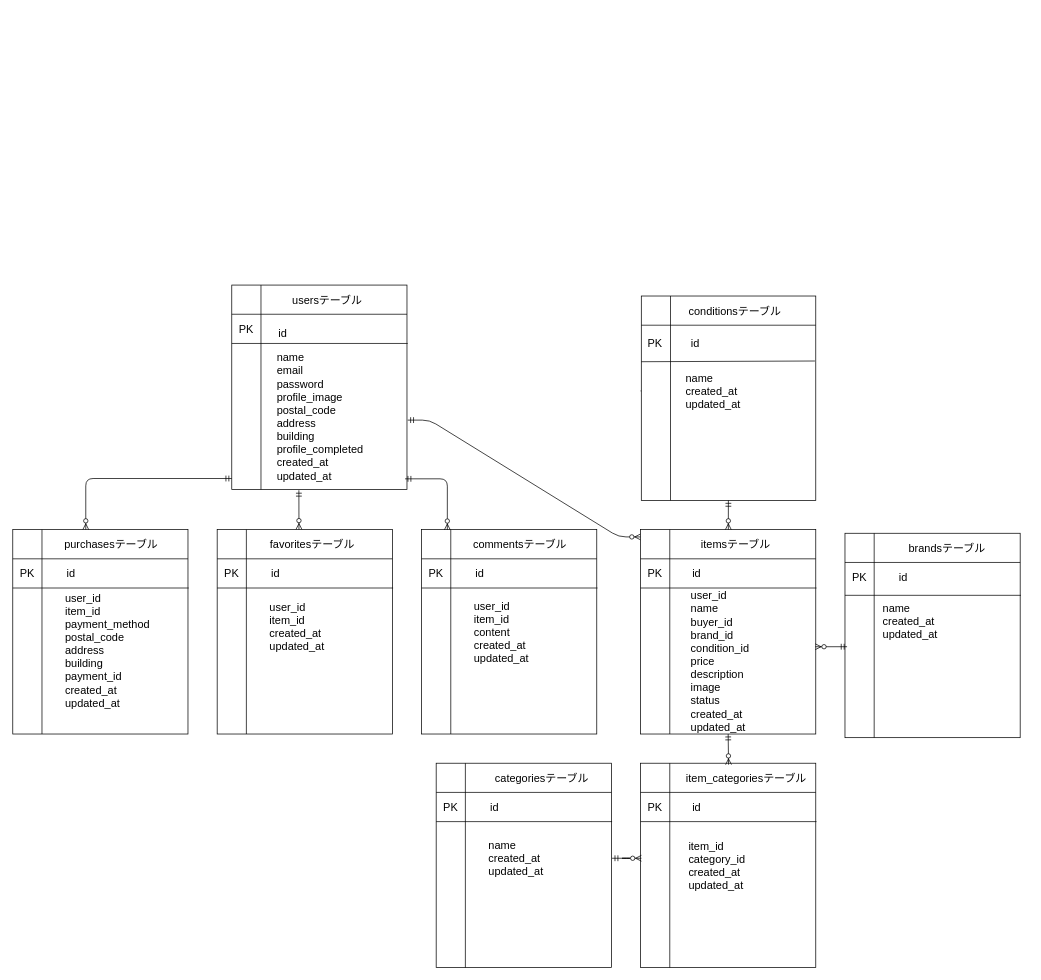
The draw.io diagram src/er-diagram/Flea-market.drawio in morikoshi2627/Flea-market, before the edit. Source tidied: cells renumbered, new cells numbered last; positions are measured from the earlier drawing's top-left corner, leaving out a move shared by most shapes. Both pictures are drawn from the tidied source at 73%, with x=0, y=0 at pixel (12, 285).
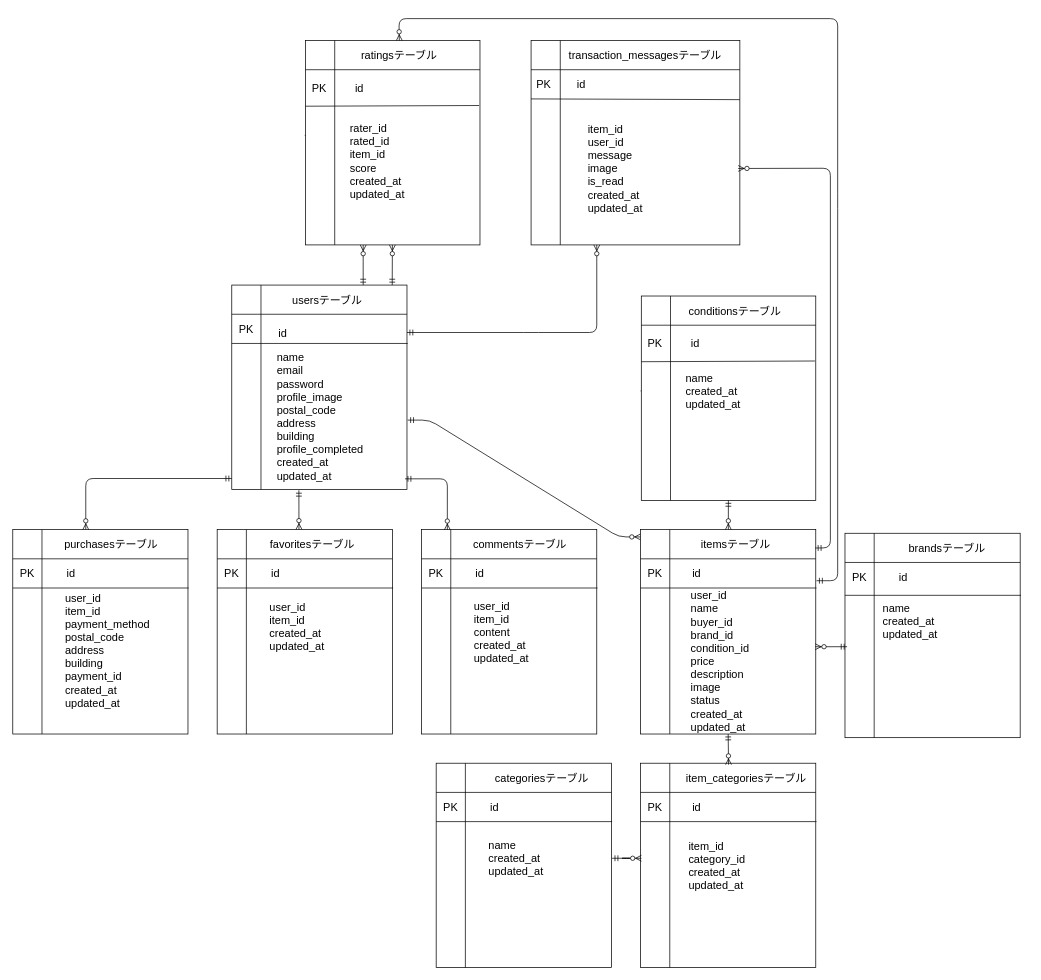
The same diagram, later.

Unchanged cells that the change refers to:
```xml
<mxCell id="66" style="shape=internalStorage;whiteSpace=wrap;html=1;backgroundOutline=1;dx=40;dy=40;" parent="65" vertex="1">
  <mxGeometry width="240" height="280" as="geometry" />
</mxCell>
```

Diff of the diagram source:
```diff
@@
+    <mxCell id="80" style="group;" parent="1" vertex="1">
+      <mxGeometry x="710" y="-325" width="286" height="280" as="geometry" />
+    </mxCell>
+    <mxCell id="81" style="group;" parent="80" vertex="1">
+      <mxGeometry y="-10" width="286" height="280" as="geometry" />
+    </mxCell>
+    <mxCell id="82" style="shape=internalStorage;whiteSpace=wrap;html=1;backgroundOutline=1;dx=40;dy=40;" parent="81" vertex="1">
+      <mxGeometry width="286" height="280" as="geometry" />
+    </mxCell>
+    <mxCell id="83" style="endArrow=none;html=1;rounded=0;exitX=-0.004;exitY=0.404;exitDx=0;exitDy=0;exitPerimeter=0;" parent="81" edge="1">
+      <mxGeometry relative="1" as="geometry">
+        <mxPoint y="80" as="sourcePoint" />
+        <mxPoint x="286" y="81" as="targetPoint" />
+      </mxGeometry>
+    </mxCell>
+    <mxCell id="84" value="&lt;font style=&quot;font-size: 15px;&quot;&gt;PK&lt;/font&gt;" style="text;html=1;align=center;verticalAlign=middle;whiteSpace=wrap;rounded=0;" parent="81" vertex="1">
+      <mxGeometry y="40" width="34.7" height="40" as="geometry" />
+    </mxCell>
+    <mxCell id="85" value="&lt;font style=&quot;font-size: 15px;&quot;&gt;id&lt;/font&gt;" style="text;html=1;align=center;verticalAlign=middle;whiteSpace=wrap;rounded=0;" parent="81" vertex="1">
+      <mxGeometry x="43.3" y="45" width="52" height="30" as="geometry" />
+    </mxCell>
+    <mxCell id="86" value="&lt;font style=&quot;font-size: 15px;&quot;&gt;transaction_messagesテーブル&lt;/font&gt;" style="text;html=1;align=center;verticalAlign=middle;whiteSpace=wrap;rounded=0;" parent="81" vertex="1">
+      <mxGeometry x="43.3" width="226.7" height="40" as="geometry" />
+    </mxCell>
+    <mxCell id="87" value="&lt;div&gt;&lt;font style=&quot;&quot;&gt;&lt;span style=&quot;font-size: 15px;&quot;&gt;item_id&lt;/span&gt;&lt;/font&gt;&lt;/div&gt;&lt;div&gt;&lt;span style=&quot;background-color: transparent;&quot;&gt;&lt;span style=&quot;font-size: 15px;&quot;&gt;user_id&lt;/span&gt;&lt;/span&gt;&lt;/div&gt;&lt;div&gt;&lt;span style=&quot;background-color: transparent;&quot;&gt;&lt;span style=&quot;font-size: 15px;&quot;&gt;message&lt;/span&gt;&lt;/span&gt;&lt;/div&gt;&lt;div&gt;&lt;span style=&quot;background-color: transparent;&quot;&gt;&lt;span style=&quot;font-size: 15px;&quot;&gt;image&lt;/span&gt;&lt;/span&gt;&lt;/div&gt;&lt;div&gt;&lt;span style=&quot;background-color: transparent;&quot;&gt;&lt;span style=&quot;font-size: 15px;&quot;&gt;is_read&lt;/span&gt;&lt;/span&gt;&lt;/div&gt;&lt;div&gt;&lt;span style=&quot;background-color: transparent; font-size: 15px;&quot;&gt;created_at&lt;/span&gt;&lt;/div&gt;&lt;div&gt;&lt;font style=&quot;font-size: 15px;&quot;&gt;updated_at&lt;/font&gt;&lt;/div&gt;" style="text;html=1;align=left;verticalAlign=middle;whiteSpace=wrap;rounded=0;" parent="81" vertex="1">
+      <mxGeometry x="76" y="90" width="99.3" height="170" as="geometry" />
+    </mxCell>
+    <mxCell id="88" style="group;" parent="1" vertex="1">
+      <mxGeometry x="400" y="-335" width="240" height="280" as="geometry" />
+    </mxCell>
+    <mxCell id="89" style="shape=internalStorage;whiteSpace=wrap;html=1;backgroundOutline=1;dx=40;dy=40;" parent="88" vertex="1">
+      <mxGeometry x="1" width="239" height="280" as="geometry" />
+    </mxCell>
+    <mxCell id="90" style="endArrow=none;html=1;rounded=0;exitX=-0.004;exitY=0.404;exitDx=0;exitDy=0;exitPerimeter=0;" parent="88" edge="1" target="89">
+      <mxGeometry relative="1" as="geometry">
+        <mxPoint y="130" as="sourcePoint" />
+      </mxGeometry>
+    </mxCell>
+    <mxCell id="91" value="&lt;font style=&quot;font-size: 15px;&quot;&gt;id&lt;/font&gt;" style="text;html=1;align=center;verticalAlign=middle;whiteSpace=wrap;rounded=0;" parent="88" vertex="1">
+      <mxGeometry x="49.8" y="50" width="49.8" height="30" as="geometry" />
+    </mxCell>
+    <mxCell id="92" value="&lt;font style=&quot;font-size: 15px;&quot;&gt;rater_id&lt;/font&gt;&lt;div&gt;&lt;span style=&quot;font-size: 15px;&quot;&gt;rated_id&lt;/span&gt;&lt;br&gt;&lt;div&gt;&lt;font style=&quot;&quot;&gt;&lt;span style=&quot;font-size: 15px;&quot;&gt;item_id&lt;/span&gt;&lt;/font&gt;&lt;/div&gt;&lt;div&gt;&lt;font style=&quot;&quot;&gt;&lt;span style=&quot;font-size: 15px;&quot;&gt;score&lt;/span&gt;&lt;/font&gt;&lt;/div&gt;&lt;div&gt;&lt;font style=&quot;font-size: 15px;&quot;&gt;created_at&lt;/font&gt;&lt;/div&gt;&lt;div&gt;&lt;span style=&quot;font-size: 15px;&quot;&gt;updated_at&lt;/span&gt;&lt;/div&gt;&lt;/div&gt;" style="text;html=1;align=left;verticalAlign=middle;whiteSpace=wrap;rounded=0;" parent="88" vertex="1">
+      <mxGeometry x="59.8" y="100" width="139.4" height="130" as="geometry" />
+    </mxCell>
+    <mxCell id="93" value="&lt;font style=&quot;font-size: 15px;&quot;&gt;ratingsテーブル&lt;/font&gt;" style="text;html=1;align=center;verticalAlign=middle;whiteSpace=wrap;rounded=0;" parent="88" vertex="1">
+      <mxGeometry x="49.8" width="159.4" height="40" as="geometry" />
+    </mxCell>
+    <mxCell id="94" style="endArrow=none;html=1;rounded=0;entryX=0.995;entryY=0.318;entryDx=0;entryDy=0;entryPerimeter=0;" parent="88" edge="1" target="89">
+      <mxGeometry relative="1" as="geometry">
+        <mxPoint x="1" y="90" as="sourcePoint" />
+      </mxGeometry>
+    </mxCell>
+    <mxCell id="95" value="&lt;font style=&quot;font-size: 15px;&quot;&gt;PK&lt;/font&gt;" style="text;html=1;align=center;verticalAlign=middle;whiteSpace=wrap;rounded=0;" parent="88" vertex="1">
+      <mxGeometry y="45" width="39.8" height="40" as="geometry" />
+    </mxCell>
+    <mxCell id="96" style="fontSize=12;html=1;endArrow=ERzeroToMany;startArrow=ERmandOne;strokeColor=default;exitX=0.383;exitY=1.004;exitDx=0;exitDy=0;exitPerimeter=0;" parent="1" edge="1">
+      <mxGeometry relative="1" as="geometry">
+        <mxPoint x="480" as="sourcePoint" />
+        <mxPoint x="480" y="-55" as="targetPoint" />
+      </mxGeometry>
+    </mxCell>
+    <mxCell id="97" style="fontSize=12;html=1;endArrow=ERzeroToMany;startArrow=ERmandOne;strokeColor=default;exitX=0.383;exitY=1.004;exitDx=0;exitDy=0;exitPerimeter=0;" parent="1" edge="1" target="89">
+      <mxGeometry relative="1" as="geometry">
+        <mxPoint x="519.8" as="sourcePoint" />
+      </mxGeometry>
+    </mxCell>
+    <mxCell id="98" style="fontSize=12;html=1;endArrow=ERzeroToMany;startArrow=ERmandOne;strokeColor=default;exitX=0.997;exitY=0.09;exitDx=0;exitDy=0;exitPerimeter=0;rounded=1;curved=0;entryX=0.992;entryY=0.626;entryDx=0;entryDy=0;entryPerimeter=0;" parent="1" edge="1" source="66" target="82">
+      <mxGeometry relative="1" as="geometry">
+        <Array as="points">
+          <mxPoint x="1120" y="360" />
+          <mxPoint x="1120" y="-160" />
+        </Array>
+      </mxGeometry>
+    </mxCell>
+    <mxCell id="99" style="fontSize=12;html=1;endArrow=ERzeroToMany;startArrow=ERmandOne;strokeColor=default;" parent="1" edge="1">
+      <mxGeometry relative="1" as="geometry">
+        <mxPoint x="540" y="65" as="sourcePoint" />
+        <mxPoint x="800" y="-55" as="targetPoint" />
+        <Array as="points">
+          <mxPoint x="710" y="65" />
+          <mxPoint x="800" y="65" />
+        </Array>
+      </mxGeometry>
+    </mxCell>
+    <mxCell id="100" style="fontSize=12;html=1;endArrow=ERzeroToMany;startArrow=ERmandOne;strokeColor=default;exitX=0.997;exitY=0.09;exitDx=0;exitDy=0;exitPerimeter=0;rounded=1;curved=0;entryX=0.5;entryY=0;entryDx=0;entryDy=0;" parent="1" edge="1" target="93">
+      <mxGeometry relative="1" as="geometry">
+        <mxPoint x="1101" y="405" as="sourcePoint" />
+        <Array as="points">
+          <mxPoint x="1130" y="405" />
+          <mxPoint x="1130" y="-115" />
+          <mxPoint x="1130" y="-365" />
+          <mxPoint x="529" y="-365" />
+        </Array>
+      </mxGeometry>
+    </mxCell>
```
